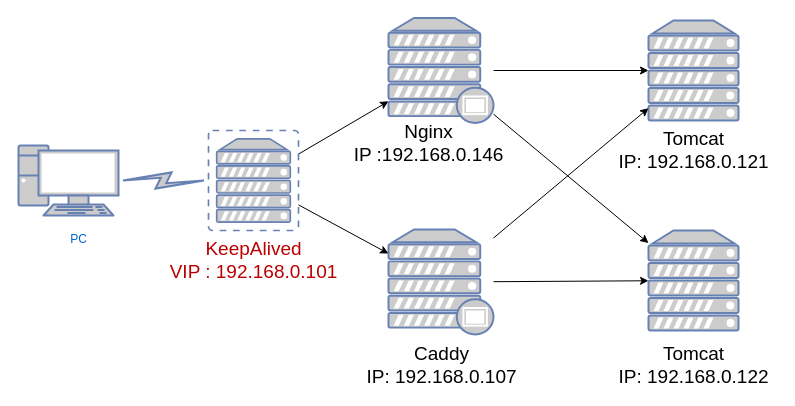
Before: Graph/Untitled Diagram.drawio in Zednight-622/CaddyNginxWebUI, a draw.io diagram. Source tidied: cells renumbered, new cells numbered last; positions are measured from the earlier drawing's top-left corner, leaving out a move shared by most shapes. Both pictures are drawn from the tidied source at 100%, with x=0, y=0 at pixel (18, 18).
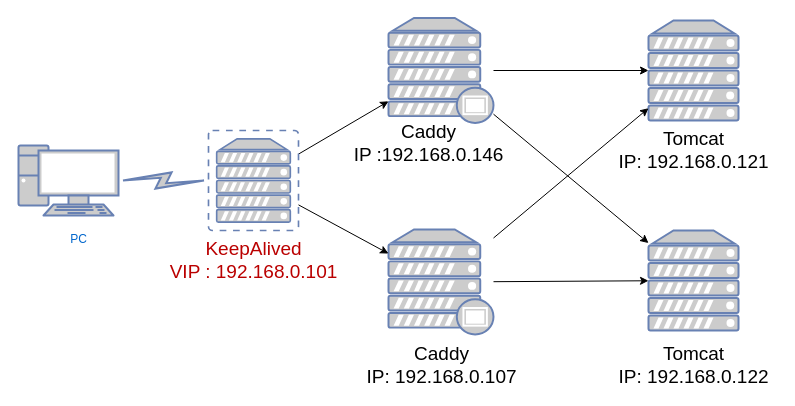
Above is the later version.

The edit, as a diff of the source:
```diff
@@
-    <mxCell id="16" value="&lt;span style=&quot;font-size: 19px&quot;&gt;Nginx&lt;/span&gt;&lt;br style=&quot;font-size: 19px&quot;&gt;&lt;span style=&quot;font-size: 19px&quot;&gt;IP :192.168.0.146&lt;/span&gt;" style="text;html=1;align=center;verticalAlign=middle;" parent="1" vertex="1">
+    <mxCell id="16" value="&lt;span style=&quot;font-size: 19px&quot;&gt;Caddy&lt;/span&gt;&lt;br style=&quot;font-size: 19px&quot;&gt;&lt;span style=&quot;font-size: 19px&quot;&gt;IP :192.168.0.146&lt;/span&gt;" style="text;html=1;align=center;verticalAlign=middle;" parent="1" vertex="1">
       <mxGeometry x="325" y="104.5" width="170" height="40" as="geometry" />
     </mxCell>
```
